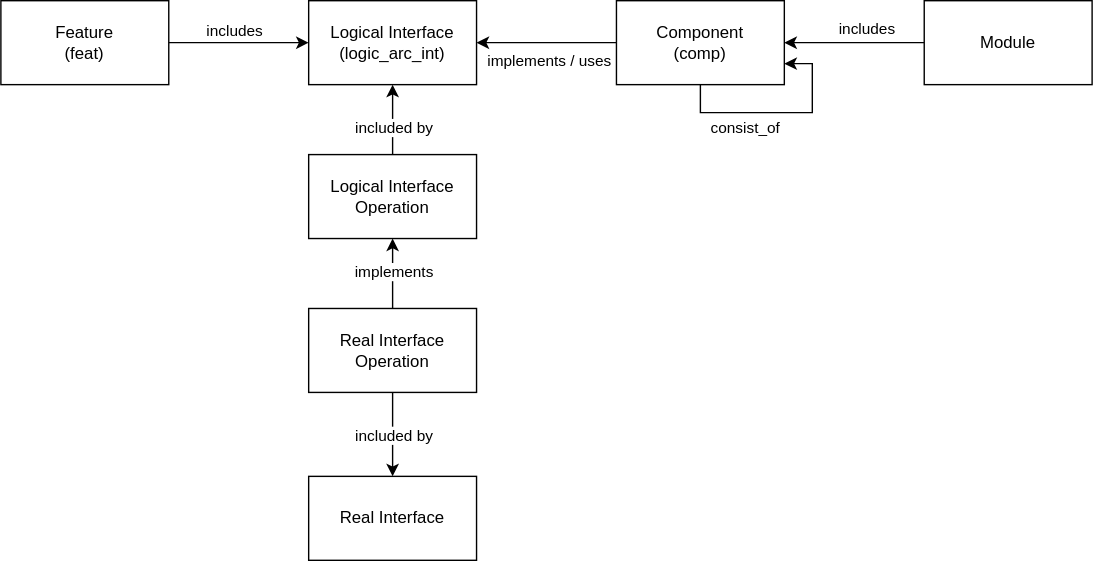
The draw.io diagram pr-524/_images/metamodel_architectural_design.drawio.svg in eclipse-score/process_description, before a commit. Source tidied: cells renumbered, new cells last; positions are measured from the earlier drawing's top-left corner, leaving out a move shared by most shapes.
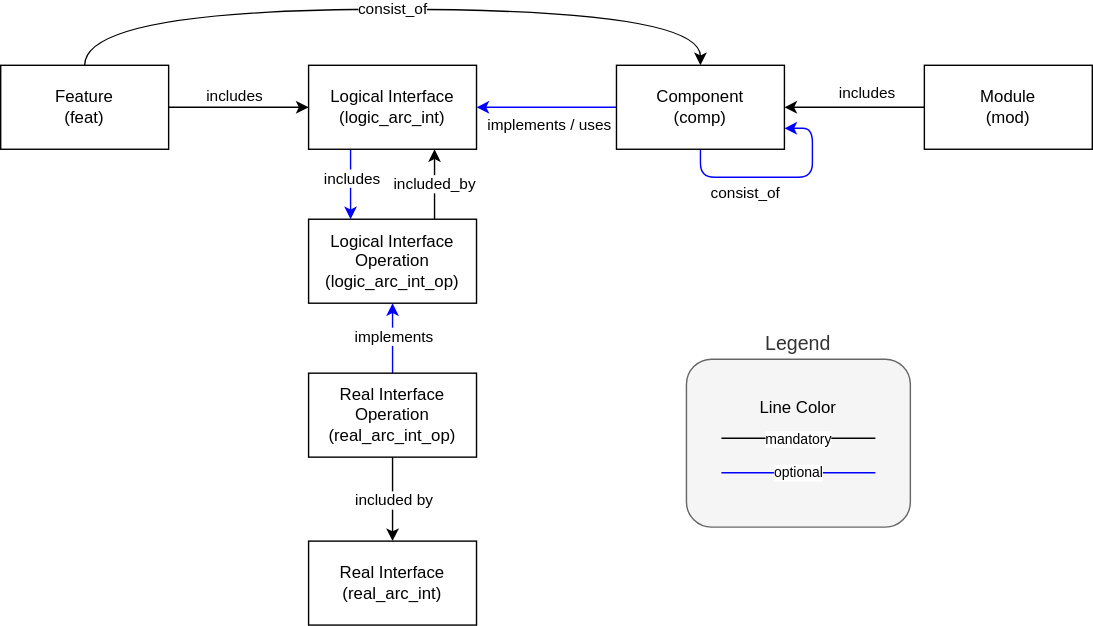
Above is the later version.

Diff of the diagram source:
```diff
@@ -10,24 +10,35 @@
         <mxPoint x="-19" y="-1" as="offset" />
       </mxGeometry>
     </mxCell>
+    <mxCell id="23" value="consist_of" style="edgeStyle=orthogonalEdgeStyle;html=1;exitX=0.5;exitY=0;exitDx=0;exitDy=0;entryX=0.5;entryY=0;entryDx=0;entryDy=0;curved=1;" parent="1" edge="1" source="4" target="19">
+      <mxGeometry relative="1" as="geometry">
+        <Array as="points">
+          <mxPoint x="60" y="-40" />
+          <mxPoint x="500" y="-40" />
+        </Array>
+      </mxGeometry>
+    </mxCell>
     <mxCell id="4" value="Feature&lt;br&gt;(feat)" style="rounded=0;whiteSpace=wrap;html=1;" parent="1" vertex="1">
       <mxGeometry width="120" height="60" as="geometry" />
     </mxCell>
-    <mxCell id="5" style="edgeStyle=orthogonalEdgeStyle;rounded=0;jettySize=auto;html=1;startArrow=classic;startFill=1;endArrow=none;endFill=0;entryX=0.5;entryY=0;entryDx=0;entryDy=0;exitX=0.5;exitY=1;exitDx=0;exitDy=0;" parent="1" edge="1" source="7" target="8">
+    <mxCell id="5" style="edgeStyle=orthogonalEdgeStyle;rounded=0;jettySize=auto;html=1;startArrow=none;startFill=0;endArrow=classic;endFill=1;entryX=0.25;entryY=0;entryDx=0;entryDy=0;exitX=0.25;exitY=1;exitDx=0;exitDy=0;strokeColor=#0000FF;" parent="1" edge="1" source="7" target="8">
       <mxGeometry relative="1" as="geometry" />
     </mxCell>
-    <mxCell id="6" value="included by" style="edgeLabel;html=1;align=center;verticalAlign=middle;labelBackgroundColor=default;" parent="5" vertex="1">
+    <mxCell id="6" value="includes" style="edgeLabel;html=1;align=center;verticalAlign=middle;labelBackgroundColor=default;" parent="5" vertex="1">
       <mxGeometry x="-0.03" y="5" relative="1" as="geometry">
-        <mxPoint x="-5" y="6" as="offset" />
+        <mxPoint x="-5" y="-4" as="offset" />
       </mxGeometry>
     </mxCell>
     <mxCell id="7" value="Logical Interface&lt;div&gt;(logic_arc_int)&lt;/div&gt;" style="rounded=0;whiteSpace=wrap;html=1;" parent="1" vertex="1">
       <mxGeometry x="220" width="120" height="60" as="geometry" />
     </mxCell>
+    <mxCell id="24" value="included_by" style="edgeStyle=none;html=1;exitX=0.75;exitY=0;exitDx=0;exitDy=0;entryX=0.75;entryY=1;entryDx=0;entryDy=0;" parent="1" edge="1" source="8" target="7">
+      <mxGeometry relative="1" as="geometry" />
+    </mxCell>
-    <mxCell id="8" value="Logical Interface&lt;br&gt;Operation" style="rounded=0;whiteSpace=wrap;html=1;" parent="1" vertex="1">
+    <mxCell id="8" value="Logical Interface&lt;br&gt;Operation&lt;br&gt;(logic_arc_int_op)" style="rounded=0;whiteSpace=wrap;html=1;" parent="1" vertex="1">
       <mxGeometry x="220" y="110" width="120" height="60" as="geometry" />
     </mxCell>
-    <mxCell id="9" style="edgeStyle=orthogonalEdgeStyle;rounded=0;jettySize=auto;html=1;" parent="1" edge="1" source="11" target="8">
+    <mxCell id="9" style="edgeStyle=orthogonalEdgeStyle;rounded=0;jettySize=auto;html=1;strokeColor=#0000FF;" parent="1" edge="1" source="11" target="8">
       <mxGeometry relative="1" as="geometry" />
     </mxCell>
     <mxCell id="10" value="implements" style="edgeLabel;html=1;align=center;verticalAlign=middle;" parent="9" vertex="1">
@@ -35,7 +46,7 @@
         <mxPoint x="5" y="-5" as="offset" />
       </mxGeometry>
     </mxCell>
-    <mxCell id="11" value="Real Interface&lt;br&gt;Operation" style="rounded=0;whiteSpace=wrap;html=1;" parent="1" vertex="1">
+    <mxCell id="11" value="Real Interface&lt;br&gt;Operation&lt;div&gt;(real_arc_int_op)&lt;/div&gt;" style="rounded=0;whiteSpace=wrap;html=1;" parent="1" vertex="1">
       <mxGeometry x="220" y="220" width="120" height="60" as="geometry" />
     </mxCell>
     <mxCell id="12" style="edgeStyle=orthogonalEdgeStyle;rounded=0;jettySize=auto;html=1;startArrow=classic;startFill=1;endArrow=none;endFill=0;" parent="1" edge="1" source="14" target="11">
@@ -46,10 +57,10 @@
         <mxPoint x="-2" y="8" as="offset" />
       </mxGeometry>
     </mxCell>
-    <mxCell id="14" value="Real Interface" style="rounded=0;whiteSpace=wrap;html=1;" parent="1" vertex="1">
+    <mxCell id="14" value="Real Interface&lt;div&gt;(real_arc_int)&lt;/div&gt;" style="rounded=0;whiteSpace=wrap;html=1;" parent="1" vertex="1">
       <mxGeometry x="220" y="340" width="120" height="60" as="geometry" />
     </mxCell>
-    <mxCell id="15" style="edgeStyle=orthogonalEdgeStyle;rounded=0;jettySize=auto;html=1;entryX=1;entryY=0.5;entryDx=0;entryDy=0;" parent="1" edge="1" source="19" target="7">
+    <mxCell id="15" style="edgeStyle=orthogonalEdgeStyle;rounded=0;jettySize=auto;html=1;entryX=1;entryY=0.5;entryDx=0;entryDy=0;strokeColor=#0000FF;" parent="1" edge="1" source="19" target="7">
       <mxGeometry relative="1" as="geometry" />
     </mxCell>
     <mxCell id="16" value="implements / uses" style="edgeLabel;html=1;align=center;verticalAlign=top;labelBackgroundColor=none;" parent="15" vertex="1">
@@ -57,7 +68,7 @@
         <mxPoint x="5" y="-1" as="offset" />
       </mxGeometry>
     </mxCell>
-    <mxCell id="17" style="edgeStyle=orthogonalEdgeStyle;rounded=0;orthogonalLoop=1;jettySize=auto;html=1;exitX=0.5;exitY=1;exitDx=0;exitDy=0;entryX=1;entryY=0.75;entryDx=0;entryDy=0;" parent="1" edge="1" source="19" target="19">
+    <mxCell id="17" style="edgeStyle=orthogonalEdgeStyle;rounded=1;orthogonalLoop=1;jettySize=auto;html=1;exitX=0.5;exitY=1;exitDx=0;exitDy=0;entryX=1;entryY=0.75;entryDx=0;entryDy=0;strokeColor=#0000FF;curved=0;" parent="1" edge="1" source="19" target="19">
       <mxGeometry relative="1" as="geometry" />
     </mxCell>
     <mxCell id="18" value="consist_of" style="edgeLabel;html=1;align=center;verticalAlign=middle;" parent="17" vertex="1">
@@ -76,8 +87,26 @@
         <mxPoint y="-1" as="offset" />
       </mxGeometry>
     </mxCell>
-    <mxCell id="22" value="Module" style="rounded=0;whiteSpace=wrap;html=1;" parent="1" vertex="1">
+    <mxCell id="22" value="Module&lt;div&gt;(mod)&lt;/div&gt;" style="rounded=0;whiteSpace=wrap;html=1;" parent="1" vertex="1">
       <mxGeometry x="660" width="120" height="60" as="geometry" />
     </mxCell>
+    <mxCell id="25" value="Legend" style="rounded=1;whiteSpace=wrap;html=1;verticalAlign=bottom;labelPosition=center;verticalLabelPosition=top;align=center;fontSize=14;fillColor=#f5f5f5;fontColor=#333333;strokeColor=#666666;" parent="1" vertex="1">
+      <mxGeometry x="490" y="210" width="160" height="120" as="geometry" />
+    </mxCell>
+    <mxCell id="26" value="mandatory" style="endArrow=none;html=1;entryX=0.778;entryY=0.19;entryDx=0;entryDy=0;entryPerimeter=0;fontSize=10;" parent="1" edge="1">
+      <mxGeometry relative="1" as="geometry">
+        <mxPoint x="515" y="266.5" as="sourcePoint" />
+        <mxPoint x="625" y="266.5" as="targetPoint" />
+      </mxGeometry>
+    </mxCell>
+    <mxCell id="27" value="optional" style="endArrow=none;html=1;entryX=0.778;entryY=0.19;entryDx=0;entryDy=0;entryPerimeter=0;strokeColor=#0000FF;fontSize=10;" parent="1" edge="1">
+      <mxGeometry relative="1" as="geometry">
+        <mxPoint x="515" y="291.1" as="sourcePoint" />
+        <mxPoint x="625" y="291.1" as="targetPoint" />
+      </mxGeometry>
+    </mxCell>
+    <mxCell id="28" value="Line Color" style="text;html=1;align=center;verticalAlign=middle;whiteSpace=wrap;rounded=0;fontSize=12;" parent="1" vertex="1">
+      <mxGeometry x="540" y="230" width="60" height="30" as="geometry" />
+    </mxCell>
   </root>
 </mxGraphModel>
```
